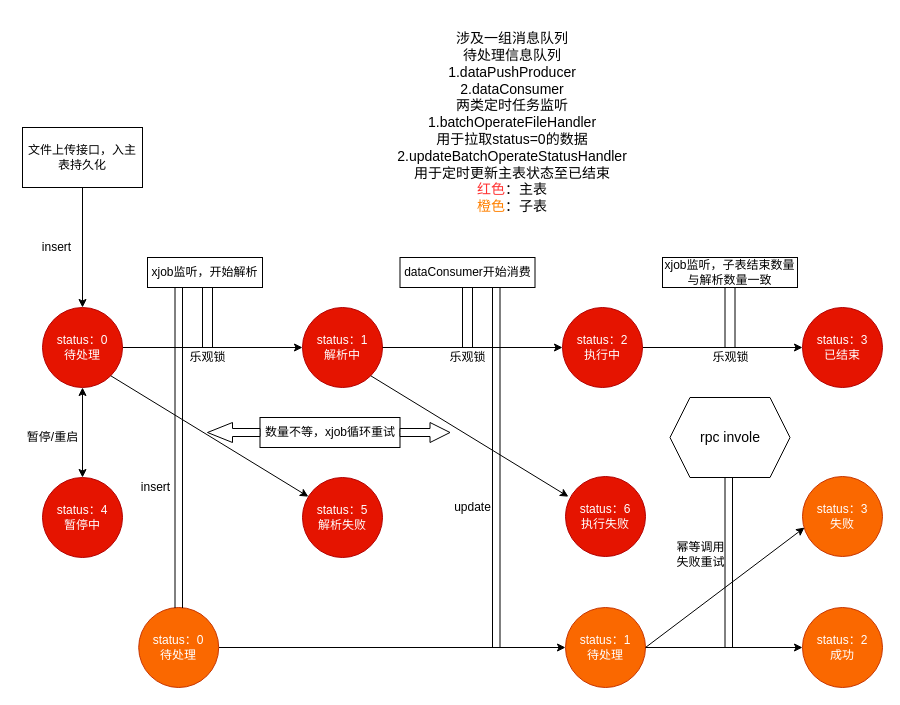
mirai3zZ/mojito keeps this draw.io diagram as time-return-batch-operate.drawio. Above is the earlier version. Source tidied: cells renumbered, new cells numbered last; positions are measured from the earlier drawing's top-left corner, leaving out a move shared by most shapes. Both pictures are drawn from the tidied source at 100%, with x=0, y=0 at pixel (17, 17).
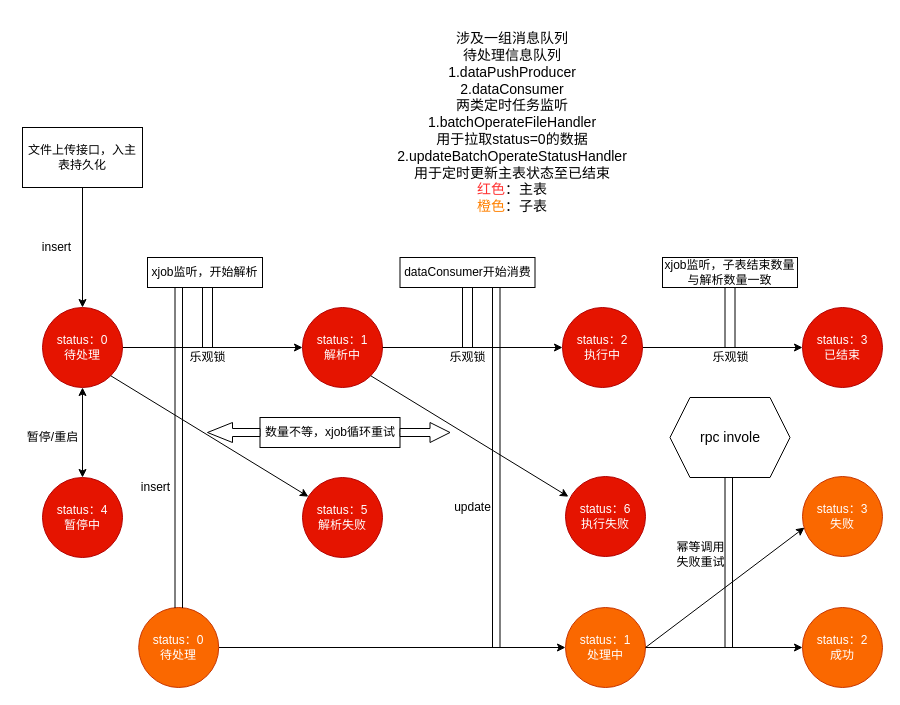
The same diagram, later.

The edit, as a diff of the source:
```diff
@@
-    <mxCell id="39" value="status：1&lt;br&gt;待处理" style="ellipse;whiteSpace=wrap;html=1;fillColor=#fa6800;strokeColor=#C73500;fontColor=#ffffff;" parent="1" vertex="1">
+    <mxCell id="39" value="status：1&lt;br&gt;处理中" style="ellipse;whiteSpace=wrap;html=1;fillColor=#fa6800;strokeColor=#C73500;fontColor=#ffffff;" parent="1" vertex="1">
       <mxGeometry x="548" y="590" width="80" height="80" as="geometry" />
     </mxCell>
```
